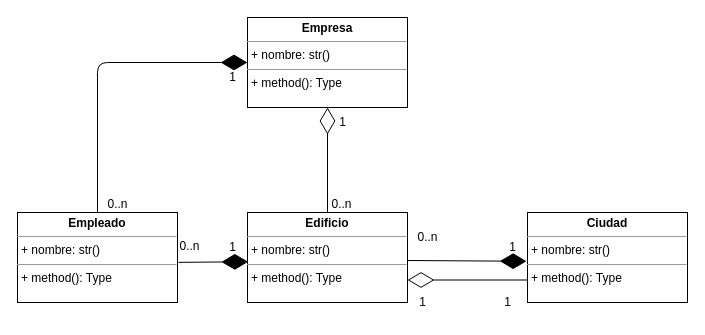
mgonzalz/agregacion_composicion keeps this draw.io diagram as ejercicio01/ejercicio01.drawio. Above is the earlier version. Source tidied: cells renumbered, new cells numbered last; positions are measured from the earlier drawing's top-left corner, leaving out a move shared by most shapes. Both pictures are drawn from the tidied source at 100%, with x=0, y=0 at pixel (17, 17).
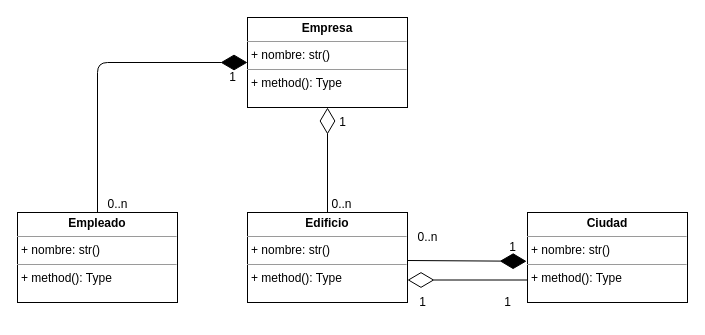
Above is the later version.

Unchanged cells that the change refers to:
```xml
<mxCell id="2" value="&lt;p style=&quot;margin:0px;margin-top:4px;text-align:center;&quot;&gt;&lt;b&gt;Edificio&lt;/b&gt;&lt;/p&gt;&lt;hr size=&quot;1&quot;&gt;&lt;p style=&quot;margin:0px;margin-left:4px;&quot;&gt;+ nombre: str()&lt;br&gt;&lt;/p&gt;&lt;hr size=&quot;1&quot;&gt;&lt;p style=&quot;margin:0px;margin-left:4px;&quot;&gt;+ method(): Type&lt;/p&gt;" style="verticalAlign=top;align=left;overflow=fill;fontSize=12;fontFamily=Helvetica;html=1;" parent="1" vertex="1">
  <mxGeometry x="230" y="195" width="160" height="90" as="geometry" />
</mxCell>
<mxCell id="4" value="&lt;p style=&quot;margin:0px;margin-top:4px;text-align:center;&quot;&gt;&lt;b&gt;Empleado&lt;/b&gt;&lt;/p&gt;&lt;hr size=&quot;1&quot;&gt;&lt;p style=&quot;margin:0px;margin-left:4px;&quot;&gt;+ nombre: str()&lt;/p&gt;&lt;hr size=&quot;1&quot;&gt;&lt;p style=&quot;margin:0px;margin-left:4px;&quot;&gt;+ method(): Type&lt;/p&gt;" style="verticalAlign=top;align=left;overflow=fill;fontSize=12;fontFamily=Helvetica;html=1;" parent="1" vertex="1">
  <mxGeometry y="195" width="160" height="90" as="geometry" />
</mxCell>
```

Change to the diagram source:
```diff
@@
-    <mxCell id="18" style="endArrow=diamondThin;endFill=1;endSize=24;html=1;entryX=0.005;entryY=0.547;entryDx=0;entryDy=0;entryPerimeter=0;exitX=1.006;exitY=0.554;exitDx=0;exitDy=0;exitPerimeter=0;" parent="1" edge="1" source="4" target="2">
-      <mxGeometry relative="1" as="geometry" />
-    </mxCell>
-    <mxCell id="19" value="1" style="text;html=1;align=center;verticalAlign=middle;strokeColor=none;fillColor=none;" parent="1" vertex="1">
-      <mxGeometry x="200" y="215" width="30" height="30" as="geometry" />
-    </mxCell>
-    <mxCell id="20" value="0..n" style="text;html=1;align=center;verticalAlign=middle;strokeColor=none;fillColor=none;" parent="1" vertex="1">
-      <mxGeometry x="152" y="214" width="40" height="30" as="geometry" />
-    </mxCell>
```
